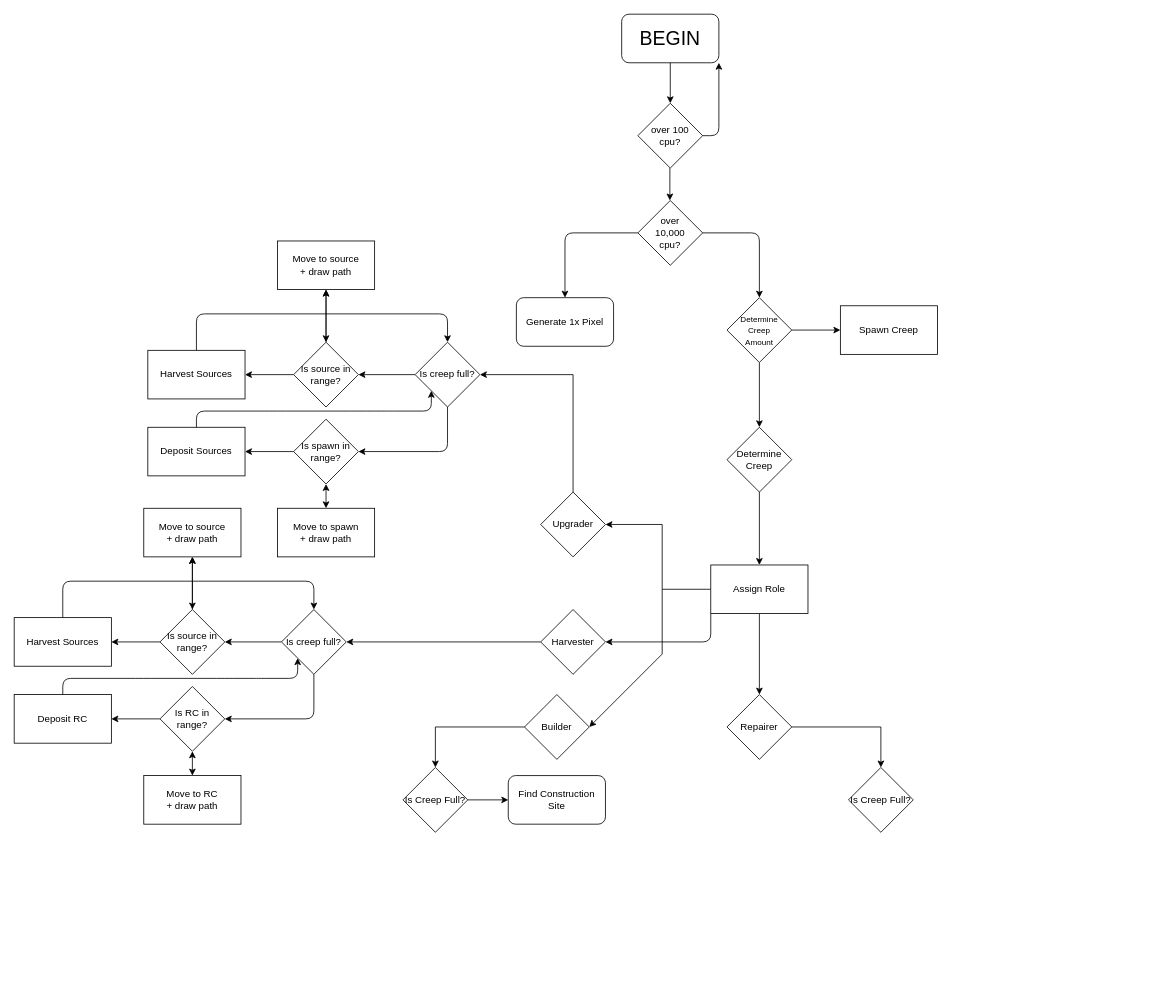
This is Untitled Diagram.drawio from NotTacoz/screeps, a draw.io file, before an edit. Source tidied: cells renumbered, new cells numbered last; positions are measured from the earlier drawing's top-left corner, leaving out a move shared by most shapes. Both pictures are drawn from the tidied source at 81%, with x=0, y=0 at pixel (14, 14).
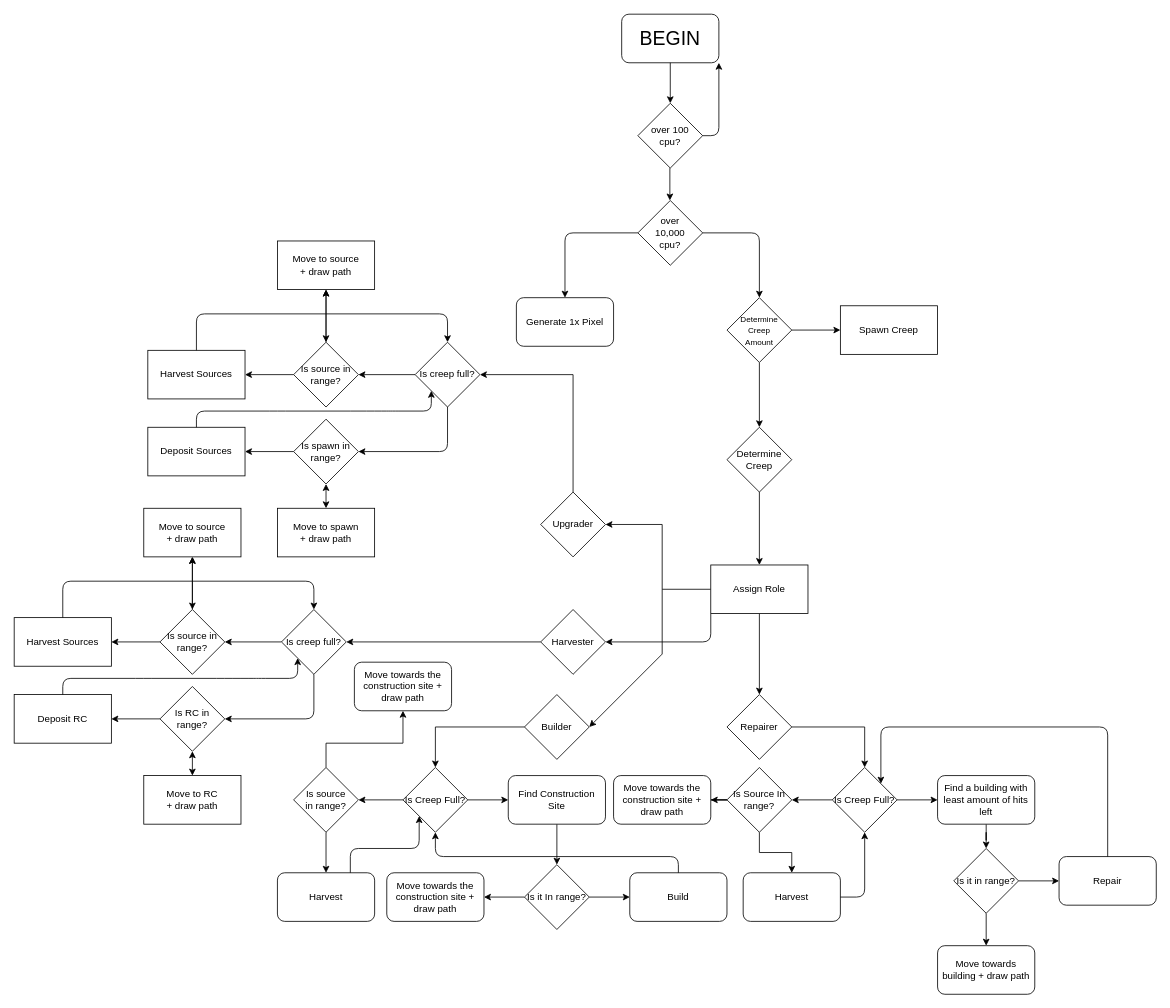
After the change.

Unchanged cells that the change refers to:
```xml
<mxCell id="33" value="Is Creep Full?" style="rhombus;whiteSpace=wrap;html=1;" parent="1" vertex="1">
  <mxGeometry x="480" y="930" width="80" height="80" as="geometry" />
</mxCell>
<mxCell id="65" value="Find Construction Site" style="rounded=1;whiteSpace=wrap;html=1;" parent="1" vertex="1">
  <mxGeometry x="610" y="940" width="120" height="60" as="geometry" />
</mxCell>
```

The edit, as a diff of the source:
```diff
@@
+    <mxCell id="66" style="edgeStyle=orthogonalEdgeStyle;rounded=0;jettySize=auto;html=1;" parent="1" edge="1" source="33" target="78">
+      <mxGeometry relative="1" as="geometry" />
+    </mxCell>
@@
+    <mxCell id="67" style="edgeStyle=orthogonalEdgeStyle;rounded=0;jettySize=auto;html=1;" parent="1" edge="1" source="34" target="83">
+      <mxGeometry relative="1" as="geometry" />
+    </mxCell>
+    <mxCell id="68" style="edgeStyle=orthogonalEdgeStyle;rounded=0;jettySize=auto;html=1;" parent="1" edge="1" source="34" target="86">
+      <mxGeometry relative="1" as="geometry" />
+    </mxCell>
     <mxCell id="34" value="&lt;span&gt;Is Creep Full?&lt;/span&gt;" style="rhombus;whiteSpace=wrap;html=1;" parent="1" vertex="1">
-      <mxGeometry x="1030" y="930" width="80" height="80" as="geometry" />
+      <mxGeometry x="1010" y="930" width="80" height="80" as="geometry" />
     </mxCell>
@@
+    <mxCell id="69" style="edgeStyle=orthogonalEdgeStyle;rounded=0;jettySize=auto;html=1;" parent="1" edge="1" source="65" target="72">
+      <mxGeometry relative="1" as="geometry" />
+    </mxCell>
@@
+    <mxCell id="70" style="edgeStyle=orthogonalEdgeStyle;rounded=0;jettySize=auto;html=1;" parent="1" edge="1" source="72" target="73">
+      <mxGeometry relative="1" as="geometry" />
+    </mxCell>
+    <mxCell id="71" style="edgeStyle=orthogonalEdgeStyle;rounded=0;jettySize=auto;html=1;" parent="1" edge="1" source="72" target="74">
+      <mxGeometry relative="1" as="geometry" />
+    </mxCell>
+    <mxCell id="72" value="Is it In range?" style="rhombus;whiteSpace=wrap;html=1;" parent="1" vertex="1">
+      <mxGeometry x="630" y="1050" width="80" height="80" as="geometry" />
+    </mxCell>
+    <mxCell id="73" value="Move towards the construction site + draw path" style="rounded=1;whiteSpace=wrap;html=1;" parent="1" vertex="1">
+      <mxGeometry x="460" y="1060" width="120" height="60" as="geometry" />
+    </mxCell>
+    <mxCell id="74" value="Build" style="rounded=1;whiteSpace=wrap;html=1;" parent="1" vertex="1">
+      <mxGeometry x="760" y="1060" width="120" height="60" as="geometry" />
+    </mxCell>
+    <mxCell id="75" style="endArrow=classic;html=1;exitX=0.5;exitY=0;exitDx=0;exitDy=0;entryX=0.5;entryY=1;entryDx=0;entryDy=0;" parent="1" edge="1" source="74" target="33">
+      <mxGeometry relative="1" as="geometry">
+        <Array as="points">
+          <mxPoint x="820" y="1040" />
+          <mxPoint x="520" y="1040" />
+        </Array>
+      </mxGeometry>
+    </mxCell>
+    <mxCell id="76" style="edgeStyle=orthogonalEdgeStyle;rounded=0;jettySize=auto;html=1;entryX=0.5;entryY=1;entryDx=0;entryDy=0;" parent="1" edge="1" source="78" target="79">
+      <mxGeometry relative="1" as="geometry">
+        <Array as="points">
+          <mxPoint x="385" y="900" />
+          <mxPoint x="480" y="900" />
+        </Array>
+      </mxGeometry>
+    </mxCell>
+    <mxCell id="77" style="edgeStyle=orthogonalEdgeStyle;rounded=0;jettySize=auto;html=1;" parent="1" edge="1" source="78" target="80">
+      <mxGeometry relative="1" as="geometry" />
+    </mxCell>
+    <mxCell id="78" value="Is source&lt;br&gt;in range?" style="rhombus;whiteSpace=wrap;html=1;" parent="1" vertex="1">
+      <mxGeometry x="345" y="930" width="80" height="80" as="geometry" />
+    </mxCell>
+    <mxCell id="79" value="Move towards the construction site + draw path" style="rounded=1;whiteSpace=wrap;html=1;" parent="1" vertex="1">
+      <mxGeometry x="420" y="800" width="120" height="60" as="geometry" />
+    </mxCell>
+    <mxCell id="80" value="Harvest" style="rounded=1;whiteSpace=wrap;html=1;" parent="1" vertex="1">
+      <mxGeometry x="325" y="1060" width="120" height="60" as="geometry" />
+    </mxCell>
+    <mxCell id="81" style="endArrow=classic;html=1;entryX=0;entryY=1;entryDx=0;entryDy=0;exitX=0.75;exitY=0;exitDx=0;exitDy=0;" parent="1" edge="1" source="80" target="33">
+      <mxGeometry relative="1" as="geometry">
+        <Array as="points">
+          <mxPoint x="415" y="1030" />
+          <mxPoint x="500" y="1030" />
+        </Array>
+      </mxGeometry>
+    </mxCell>
+    <mxCell id="82" style="edgeStyle=orthogonalEdgeStyle;rounded=0;jettySize=auto;html=1;" parent="1" edge="1" source="83" target="92">
+      <mxGeometry relative="1" as="geometry" />
+    </mxCell>
+    <mxCell id="83" value="Find a building with least amount of hits left" style="rounded=1;whiteSpace=wrap;html=1;" parent="1" vertex="1">
+      <mxGeometry x="1140" y="940" width="120" height="60" as="geometry" />
+    </mxCell>
+    <mxCell id="84" style="edgeStyle=orthogonalEdgeStyle;rounded=0;jettySize=auto;html=1;" parent="1" edge="1" source="86" target="87">
+      <mxGeometry relative="1" as="geometry" />
+    </mxCell>
+    <mxCell id="85" style="edgeStyle=orthogonalEdgeStyle;rounded=0;jettySize=auto;html=1;" parent="1" edge="1" source="86" target="88">
+      <mxGeometry relative="1" as="geometry" />
+    </mxCell>
+    <mxCell id="86" value="Is Source In range?" style="rhombus;whiteSpace=wrap;html=1;" parent="1" vertex="1">
+      <mxGeometry x="880" y="930" width="80" height="80" as="geometry" />
+    </mxCell>
+    <mxCell id="87" value="Move towards the construction site + draw path" style="rounded=1;whiteSpace=wrap;html=1;" parent="1" vertex="1">
+      <mxGeometry x="740" y="940" width="120" height="60" as="geometry" />
+    </mxCell>
+    <mxCell id="88" value="Harvest" style="rounded=1;whiteSpace=wrap;html=1;" parent="1" vertex="1">
+      <mxGeometry x="900" y="1060" width="120" height="60" as="geometry" />
+    </mxCell>
+    <mxCell id="89" style="endArrow=classic;html=1;entryX=0.5;entryY=1;entryDx=0;entryDy=0;exitX=1;exitY=0.5;exitDx=0;exitDy=0;" parent="1" edge="1" source="88" target="34">
+      <mxGeometry relative="1" as="geometry">
+        <Array as="points">
+          <mxPoint x="1050" y="1090" />
+        </Array>
+      </mxGeometry>
+    </mxCell>
+    <mxCell id="90" style="edgeStyle=orthogonalEdgeStyle;rounded=0;jettySize=auto;html=1;" parent="1" edge="1" source="92" target="94">
+      <mxGeometry relative="1" as="geometry" />
+    </mxCell>
+    <mxCell id="91" style="edgeStyle=orthogonalEdgeStyle;rounded=0;jettySize=auto;html=1;" parent="1" edge="1" source="92" target="93">
+      <mxGeometry relative="1" as="geometry" />
+    </mxCell>
+    <mxCell id="92" value="Is it in range?" style="rhombus;whiteSpace=wrap;html=1;" parent="1" vertex="1">
+      <mxGeometry x="1160" y="1030" width="80" height="80" as="geometry" />
+    </mxCell>
+    <mxCell id="93" value="Repair" style="rounded=1;whiteSpace=wrap;html=1;" parent="1" vertex="1">
+      <mxGeometry x="1290" y="1040" width="120" height="60" as="geometry" />
+    </mxCell>
+    <mxCell id="94" value="Move towards building + draw path" style="rounded=1;whiteSpace=wrap;html=1;" parent="1" vertex="1">
+      <mxGeometry x="1140" y="1150" width="120" height="60" as="geometry" />
+    </mxCell>
+    <mxCell id="95" style="endArrow=classic;html=1;exitX=0.5;exitY=0;exitDx=0;exitDy=0;entryX=1;entryY=0;entryDx=0;entryDy=0;" parent="1" edge="1" source="93" target="34">
+      <mxGeometry relative="1" as="geometry">
+        <Array as="points">
+          <mxPoint x="1350" y="880" />
+          <mxPoint x="1070" y="880" />
+        </Array>
+      </mxGeometry>
+    </mxCell>
```
